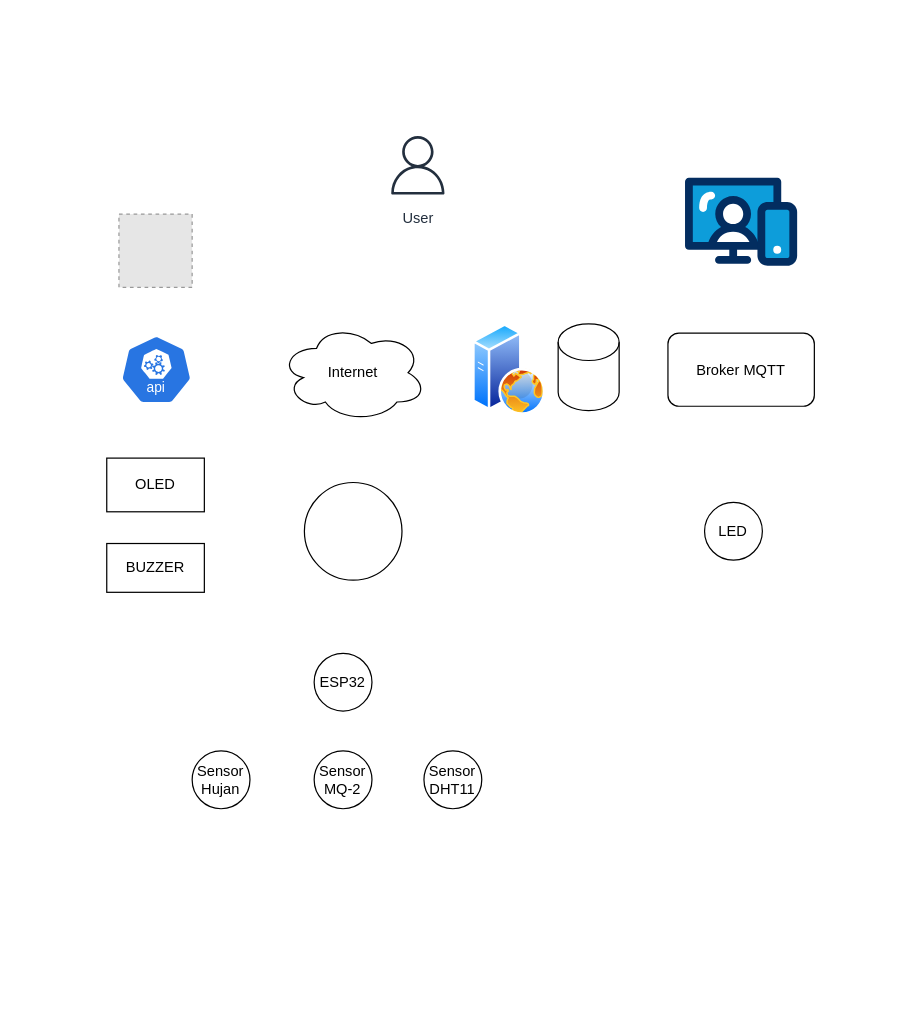
Before: arsitektur-projek-akhir.drawio in Buitenzorx/projek-akhir, a draw.io diagram. Source tidied: cells renumbered, new cells numbered last; positions are measured from the earlier drawing's top-left corner, leaving out a move shared by most shapes. Both pictures are drawn from the tidied source at 122%, with x=0, y=0 at pixel (106, 128). Pictures stored in the file or linked from it are replaced by grey dashed boxes.
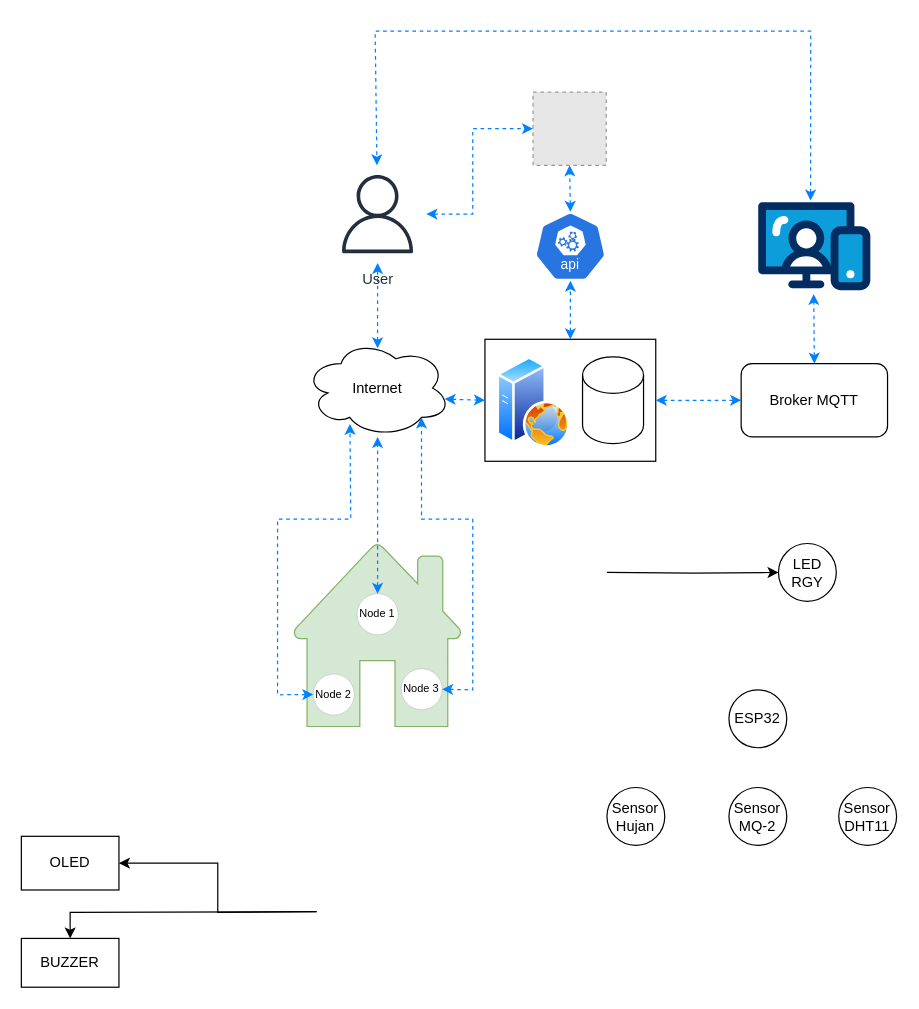
Above is the later version.

The edit, as a diff of the source:
```diff
@@
+    <mxCell id="20" style="group;spacing=-1;fontSize=8;" parent="1" vertex="1">
+      <mxGeometry x="152.5" y="340" width="138.9" height="150" as="geometry" />
+    </mxCell>
+    <mxCell id="21" style="sketch=0;shadow=0;dashed=0;html=1;strokeColor=#82b366;fillColor=#d5e8d4;labelPosition=center;verticalLabelPosition=bottom;verticalAlign=top;align=center;shape=mxgraph.office.concepts.home;" parent="20" vertex="1">
+      <mxGeometry width="139" height="150" as="geometry" />
+    </mxCell>
+    <mxCell id="22" style="group;" parent="20" vertex="1">
+      <mxGeometry x="23.1" y="41.2" width="92.8" height="85.2" as="geometry" />
+    </mxCell>
+    <mxCell id="23" value="Node 2" style="ellipse;whiteSpace=wrap;html=1;strokeWidth=0;spacing=0;fontSize=9;" parent="22" vertex="1">
+      <mxGeometry x="-6.3" y="65.8" width="33.6" height="33.6" as="geometry" />
+    </mxCell>
+    <mxCell id="24" value="Node 3" style="ellipse;whiteSpace=wrap;html=1;strokeWidth=0;spacing=0;fontSize=9;" parent="20" vertex="1">
+      <mxGeometry x="88.8" y="102.6" width="33.6" height="33.6" as="geometry" />
+    </mxCell>
+    <mxCell id="25" value="Node 1" style="ellipse;whiteSpace=wrap;html=1;strokeWidth=0;spacing=0;fontSize=9;" parent="20" vertex="1">
+      <mxGeometry x="52.7" y="41.2" width="33.6" height="33.6" as="geometry" />
+    </mxCell>
+    <mxCell id="26" style="endArrow=classic;startArrow=classic;html=1;rounded=0;dashed=1;fontColor=#007FFF;strokeColor=#0080FF;" parent="1" edge="1" target="19">
+      <mxGeometry relative="1" as="geometry">
+        <mxPoint x="222" y="180" as="sourcePoint" />
+      </mxGeometry>
+    </mxCell>
     <mxCell id="2" value="Broker MQTT" style="rounded=1;whiteSpace=wrap;html=1;" parent="1" vertex="1">
-      <mxGeometry x="460" y="167.5" width="120" height="60" as="geometry" />
+      <mxGeometry x="520" y="192.6" width="120" height="60" as="geometry" />
     </mxCell>
-    <mxCell id="3" value="Internet" style="ellipse;shape=cloud;whiteSpace=wrap;html=1;" parent="1" vertex="1">
-      <mxGeometry x="142" y="160" width="120" height="80" as="geometry" />
-    </mxCell>
     <mxCell id="4" value="OLED" style="rounded=0;whiteSpace=wrap;html=1;" parent="1" vertex="1">
-      <mxGeometry y="270" width="80" height="44" as="geometry" />
+      <mxGeometry x="-70" y="580" width="80" height="44" as="geometry" />
     </mxCell>
-    <mxCell id="5" style="ellipse;whiteSpace=wrap;html=1;" parent="1" vertex="1">
-      <mxGeometry x="162" y="290" width="80" height="80" as="geometry" />
-    </mxCell>
+    <mxCell id="27" style="edgeStyle=orthogonalEdgeStyle;rounded=0;jettySize=auto;html=1;" parent="1" edge="1" target="16">
+      <mxGeometry relative="1" as="geometry">
+        <mxPoint x="172" y="641.8" as="sourcePoint" />
+      </mxGeometry>
+    </mxCell>
+    <mxCell id="28" style="edgeStyle=orthogonalEdgeStyle;rounded=0;jettySize=auto;html=1;exitX=0;exitY=0.5;exitDx=0;exitDy=0;entryX=1;entryY=0.5;entryDx=0;entryDy=0;" parent="1" edge="1" target="4">
+      <mxGeometry relative="1" as="geometry">
+        <mxPoint x="172" y="641.8" as="sourcePoint" />
+      </mxGeometry>
+    </mxCell>
+    <mxCell id="29" style="edgeStyle=orthogonalEdgeStyle;rounded=0;jettySize=auto;html=1;exitX=1;exitY=0.5;exitDx=0;exitDy=0;" parent="1" edge="1" target="17">
+      <mxGeometry relative="1" as="geometry">
+        <mxPoint x="410" y="363.7" as="sourcePoint" />
+      </mxGeometry>
+    </mxCell>
     <mxCell id="6" style="verticalLabelPosition=bottom;html=1;shape=mxgraph.salesforce.web;" parent="1" vertex="1">
-      <mxGeometry x="474" y="40" width="91.9" height="72.6" as="geometry" />
+      <mxGeometry x="534" y="60" width="91.9" height="72.6" as="geometry" />
     </mxCell>
     <mxCell id="7" style="fillColor=#E6E6E6;strokeColor=#999999;dashed=1;html=1;verticalAlign=top;verticalLabelPosition=bottom;labelBackgroundColor=#ffffff;" parent="1" vertex="1">
-      <mxGeometry x="10" y="70" width="60" height="60" as="geometry" />
+      <mxGeometry x="349.4" y="-30" width="60" height="60" as="geometry" />
     </mxCell>
     <mxCell id="8" style="group;" parent="1" vertex="1">
-      <mxGeometry x="70" y="430" width="237.4" height="127.4" as="geometry" />
+      <mxGeometry x="410" y="460" width="237.4" height="127.4" as="geometry" />
     </mxCell>
@@
     <mxCell id="13" style="group;" parent="1" vertex="1">
-      <mxGeometry x="300" y="160" width="120" height="75" as="geometry" />
+      <mxGeometry x="320" y="187" width="130" height="85.6" as="geometry" />
     </mxCell>
+    <mxCell id="30" style="rounded=0;whiteSpace=wrap;html=1;" parent="13" vertex="1">
+      <mxGeometry x="-10" y="-14.4" width="140" height="100" as="geometry" />
+    </mxCell>
@@
     <mxCell id="16" value="BUZZER" style="rounded=0;whiteSpace=wrap;html=1;" parent="1" vertex="1">
-      <mxGeometry y="340" width="80" height="40" as="geometry" />
+      <mxGeometry x="-70" y="663.7" width="80" height="40" as="geometry" />
     </mxCell>
-    <mxCell id="17" value="LED" style="ellipse;whiteSpace=wrap;html=1;" parent="1" vertex="1">
-      <mxGeometry x="490" y="306.3" width="47.4" height="47.4" as="geometry" />
+    <mxCell id="17" value="LED RGY" style="ellipse;whiteSpace=wrap;html=1;" parent="1" vertex="1">
+      <mxGeometry x="550.6" y="340" width="47.4" height="47.4" as="geometry" />
     </mxCell>
     <mxCell id="18" style="sketch=0;html=1;dashed=0;whitespace=wrap;verticalLabelPosition=bottom;verticalAlign=top;fillColor=#2875E2;strokeColor=#ffffff;points=[[0.005,0.63,0],[0.1,0.2,0],[0.9,0.2,0],[0.5,0,0],[0.995,0.63,0],[0.72,0.99,0],[0.5,1,0],[0.28,0.99,0]];shape=mxgraph.kubernetes.icon2;kubernetesLabel=1;prIcon=api;" parent="1" vertex="1">
-      <mxGeometry x="11.2" y="169.2" width="58.9" height="56.5" as="geometry" />
+      <mxGeometry x="350.6" y="68.1" width="58.9" height="56.5" as="geometry" />
     </mxCell>
     <mxCell id="19" value="User" style="sketch=0;outlineConnect=0;fontColor=#232F3E;gradientColor=none;strokeColor=#232F3E;fillColor=#ffffff;dashed=0;verticalLabelPosition=bottom;verticalAlign=top;align=center;html=1;fontSize=12;fontStyle=0;shape=mxgraph.aws4.resourceIcon;resIcon=mxgraph.aws4.user;" parent="1" vertex="1">
-      <mxGeometry x="225" width="60" height="60" as="geometry" />
+      <mxGeometry x="182" y="30" width="80" height="80" as="geometry" />
     </mxCell>
+    <mxCell id="3" value="Internet" style="ellipse;shape=cloud;whiteSpace=wrap;html=1;" parent="1" vertex="1">
+      <mxGeometry x="162" y="172.6" width="120" height="80" as="geometry" />
+    </mxCell>
+    <mxCell id="31" style="endArrow=classic;startArrow=classic;html=1;rounded=0;dashed=1;fontColor=#007FFF;strokeColor=#0080FF;" parent="1" edge="1" source="25" target="3">
+      <mxGeometry relative="1" as="geometry" />
+    </mxCell>
+    <mxCell id="32" style="endArrow=classic;startArrow=classic;html=1;rounded=0;entryX=0;entryY=0.5;entryDx=0;entryDy=0;exitX=0.958;exitY=0.613;exitDx=0;exitDy=0;exitPerimeter=0;dashed=1;fontColor=#007FFF;strokeColor=#0080FF;" parent="1" edge="1" source="3" target="30">
+      <mxGeometry relative="1" as="geometry" />
+    </mxCell>
+    <mxCell id="33" style="endArrow=classic;startArrow=classic;html=1;rounded=0;entryX=0;entryY=0.5;entryDx=0;entryDy=0;exitX=1;exitY=0.5;exitDx=0;exitDy=0;dashed=1;fontColor=#007FFF;strokeColor=#0080FF;" parent="1" edge="1" source="30" target="2">
+      <mxGeometry relative="1" as="geometry" />
+    </mxCell>
+    <mxCell id="34" style="endArrow=classic;startArrow=classic;html=1;rounded=0;entryX=0.495;entryY=1.044;entryDx=0;entryDy=0;entryPerimeter=0;exitX=0.5;exitY=0;exitDx=0;exitDy=0;dashed=1;fontColor=#007FFF;strokeColor=#0080FF;" parent="1" edge="1" source="2" target="6">
+      <mxGeometry relative="1" as="geometry" />
+    </mxCell>
+    <mxCell id="35" style="endArrow=classic;startArrow=classic;html=1;rounded=0;exitX=0.5;exitY=0;exitDx=0;exitDy=0;dashed=1;entryX=0.5;entryY=1;entryDx=0;entryDy=0;entryPerimeter=0;fontColor=#007FFF;strokeColor=#0080FF;" parent="1" edge="1" source="30" target="18">
+      <mxGeometry relative="1" as="geometry" />
+    </mxCell>
+    <mxCell id="36" style="endArrow=classic;startArrow=classic;html=1;rounded=0;exitX=0.5;exitY=0;exitDx=0;exitDy=0;exitPerimeter=0;entryX=0.5;entryY=1;entryDx=0;entryDy=0;strokeColor=#0080FF;dashed=1;fontColor=#007FFF;" parent="1" edge="1" source="18" target="7">
+      <mxGeometry relative="1" as="geometry" />
+    </mxCell>
+    <mxCell id="37" style="endArrow=classic;startArrow=classic;html=1;rounded=0;exitX=0.467;exitY=-0.019;exitDx=0;exitDy=0;exitPerimeter=0;dashed=1;strokeColor=#007FFF;" parent="1" edge="1" source="6" target="19">
+      <mxGeometry relative="1" as="geometry">
+        <Array as="points">
+          <mxPoint x="577" y="-80" />
+          <mxPoint x="220" y="-80" />
+        </Array>
+      </mxGeometry>
+    </mxCell>
+    <mxCell id="38" style="endArrow=classic;startArrow=classic;html=1;rounded=0;entryX=0;entryY=0.5;entryDx=0;entryDy=0;dashed=1;strokeColor=#0080FF;" parent="1" edge="1" source="19" target="7">
+      <mxGeometry relative="1" as="geometry">
+        <Array as="points">
+          <mxPoint x="300" y="70" />
+          <mxPoint x="300" />
+        </Array>
+      </mxGeometry>
+    </mxCell>
+    <mxCell id="39" style="endArrow=classic;startArrow=classic;html=1;rounded=0;dashed=1;fontColor=#007FFF;strokeColor=#0080FF;exitX=1;exitY=0.5;exitDx=0;exitDy=0;entryX=0.8;entryY=0.8;entryDx=0;entryDy=0;entryPerimeter=0;" parent="1" edge="1" source="24" target="3">
+      <mxGeometry relative="1" as="geometry">
+        <Array as="points">
+          <mxPoint x="300" y="460" />
+          <mxPoint x="300" y="320" />
+          <mxPoint x="258" y="320" />
+        </Array>
+      </mxGeometry>
+    </mxCell>
+    <mxCell id="40" style="endArrow=classic;startArrow=classic;html=1;rounded=0;dashed=1;fontColor=#007FFF;strokeColor=#0080FF;exitX=0;exitY=0.5;exitDx=0;exitDy=0;entryX=0.311;entryY=0.867;entryDx=0;entryDy=0;entryPerimeter=0;" parent="1" edge="1" source="23" target="3">
+      <mxGeometry relative="1" as="geometry">
+        <Array as="points">
+          <mxPoint x="140" y="464" />
+          <mxPoint x="140" y="320" />
+          <mxPoint x="200" y="320" />
+        </Array>
+      </mxGeometry>
+    </mxCell>
```
